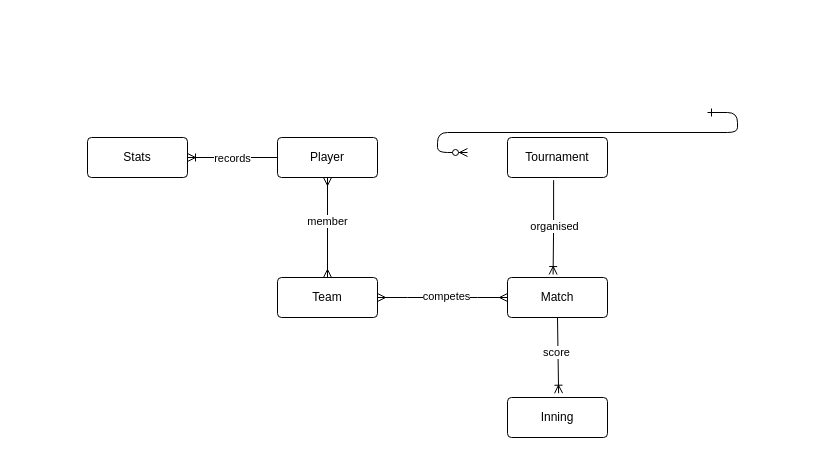
Before: page "Conceptual Diagram" (1 of 2) of PracticeDatabaseDesigns.drawio in Devekr63/EssentialSQLSamples, a draw.io diagram. Source tidied: cells renumbered, new cells numbered last; positions are measured from the earlier drawing's top-left corner, leaving out a move shared by most shapes. Both pictures are drawn from the tidied source at 100%, with x=0, y=0 at pixel (87, 112).
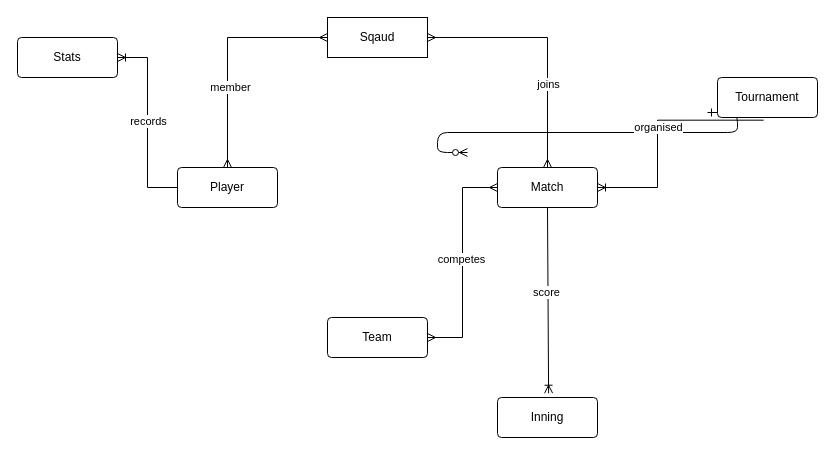
The same diagram, later.

The edit, as a diff of the source:
```diff
@@
     <mxCell id="3" value="Inning" style="rounded=1;arcSize=10;whiteSpace=wrap;html=1;align=center;" parent="1" vertex="1">
-      <mxGeometry x="420" y="285" width="100" height="40" as="geometry" />
+      <mxGeometry x="410" y="285" width="100" height="40" as="geometry" />
     </mxCell>
     <mxCell id="4" value="Team" style="rounded=1;arcSize=10;whiteSpace=wrap;html=1;align=center;" parent="1" vertex="1">
-      <mxGeometry x="190" y="165" width="100" height="40" as="geometry" />
+      <mxGeometry x="240" y="205" width="100" height="40" as="geometry" />
     </mxCell>
     <mxCell id="5" value="Player" style="rounded=1;arcSize=10;whiteSpace=wrap;html=1;align=center;" parent="1" vertex="1">
-      <mxGeometry x="190" y="25" width="100" height="40" as="geometry" />
+      <mxGeometry x="90" y="55" width="100" height="40" as="geometry" />
     </mxCell>
     <mxCell id="6" value="Stats" style="rounded=1;arcSize=10;whiteSpace=wrap;html=1;align=center;" parent="1" vertex="1">
-      <mxGeometry y="25" width="100" height="40" as="geometry" />
+      <mxGeometry x="-70" y="-75" width="100" height="40" as="geometry" />
     </mxCell>
     <mxCell id="7" value="Tournament" style="rounded=1;arcSize=10;whiteSpace=wrap;html=1;align=center;" parent="1" vertex="1">
-      <mxGeometry x="420" y="25" width="100" height="40" as="geometry" />
+      <mxGeometry x="630" y="-35" width="100" height="40" as="geometry" />
     </mxCell>
     <mxCell id="8" value="Match" style="rounded=1;arcSize=10;whiteSpace=wrap;html=1;align=center;" parent="1" vertex="1">
-      <mxGeometry x="420" y="165" width="100" height="40" as="geometry" />
+      <mxGeometry x="410" y="55" width="100" height="40" as="geometry" />
     </mxCell>
-    <mxCell id="9" style="edgeStyle=entityRelationEdgeStyle;fontSize=12;html=1;endArrow=ERmany;startArrow=ERmany;rounded=0;exitX=1;exitY=0.5;exitDx=0;exitDy=0;entryX=0;entryY=0.5;entryDx=0;entryDy=0;" parent="1" edge="1" source="4" target="8">
+    <mxCell id="9" style="edgeStyle=orthogonalEdgeStyle;fontSize=12;html=1;endArrow=ERmany;startArrow=ERmany;rounded=0;exitX=1;exitY=0.5;exitDx=0;exitDy=0;entryX=0;entryY=0.5;entryDx=0;entryDy=0;" parent="1" edge="1" source="4" target="8">
       <mxGeometry relative="1" as="geometry" />
     </mxCell>
@@
-    <mxCell id="11" style="edgeStyle=orthogonalEdgeStyle;fontSize=12;html=1;endArrow=ERmany;startArrow=ERmany;rounded=0;exitX=0.5;exitY=1;exitDx=0;exitDy=0;entryX=0.5;entryY=0;entryDx=0;entryDy=0;" parent="1" edge="1" source="5" target="4">
-      <mxGeometry relative="1" as="geometry" />
-    </mxCell>
-    <mxCell id="12" value="member" style="edgeLabel;html=1;align=center;verticalAlign=middle;" parent="11" vertex="1">
-      <mxGeometry x="-0.15" y="-1" relative="1" as="geometry" />
-    </mxCell>
-    <mxCell id="13" style="edgeStyle=orthogonalEdgeStyle;fontSize=12;html=1;endArrow=ERoneToMany;rounded=0;entryX=0.456;entryY=-0.074;entryDx=0;entryDy=0;entryPerimeter=0;exitX=0.461;exitY=1.067;exitDx=0;exitDy=0;exitPerimeter=0;" parent="1" edge="1" source="7" target="8">
+    <mxCell id="13" style="edgeStyle=orthogonalEdgeStyle;fontSize=12;html=1;endArrow=ERoneToMany;rounded=0;entryX=1;entryY=0.5;entryDx=0;entryDy=0;exitX=0.461;exitY=1.067;exitDx=0;exitDy=0;exitPerimeter=0;" parent="1" edge="1" source="7" target="8">
       <mxGeometry relative="1" as="geometry" />
     </mxCell>
@@
+    <mxCell id="19" value="Sqaud" style="whiteSpace=wrap;html=1;align=center;" parent="1" vertex="1">
+      <mxGeometry x="240" y="-95" width="100" height="40" as="geometry" />
+    </mxCell>
+    <mxCell id="20" style="edgeStyle=orthogonalEdgeStyle;fontSize=12;html=1;endArrow=ERmany;startArrow=ERmany;rounded=0;exitX=0.5;exitY=0;exitDx=0;exitDy=0;entryX=0;entryY=0.5;entryDx=0;entryDy=0;" parent="1" edge="1" source="5" target="19">
+      <mxGeometry relative="1" as="geometry" />
+    </mxCell>
+    <mxCell id="12" value="member" style="edgeLabel;html=1;align=center;verticalAlign=middle;" parent="20" vertex="1">
+      <mxGeometry x="-0.3" y="-2" relative="1" as="geometry" />
+    </mxCell>
+    <mxCell id="21" style="edgeStyle=orthogonalEdgeStyle;fontSize=12;html=1;endArrow=ERmany;startArrow=ERmany;rounded=0;exitX=0.5;exitY=0;exitDx=0;exitDy=0;entryX=1;entryY=0.5;entryDx=0;entryDy=0;" parent="1" edge="1" source="8" target="19">
+      <mxGeometry relative="1" as="geometry" />
+    </mxCell>
+    <mxCell id="22" value="joins" style="edgeLabel;html=1;align=center;verticalAlign=middle;" parent="21" vertex="1">
+      <mxGeometry x="-0.33" relative="1" as="geometry" />
+    </mxCell>
```
